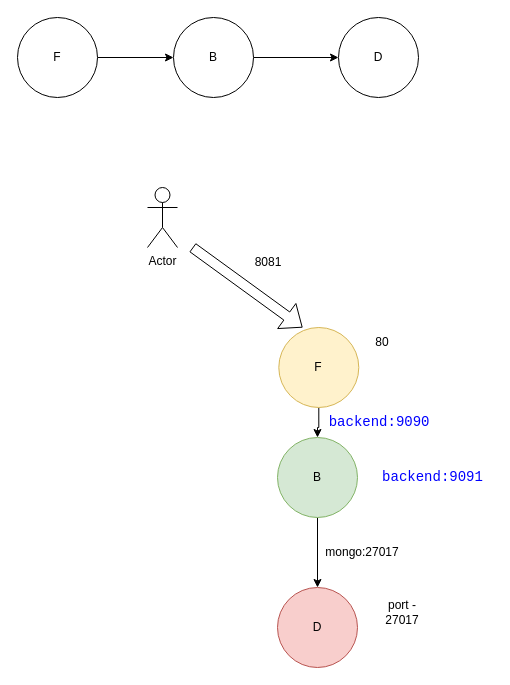
The draw.io diagram docker/nginx-flask-mongo-project/arch.drawio in ct-project-9/live-classes-9, before the edit. Source tidied: cells renumbered, new cells numbered last; positions are measured from the earlier drawing's top-left corner, leaving out a move shared by most shapes. Both pictures are drawn from the tidied source at 100%, with x=0, y=0 at pixel (17, 17).
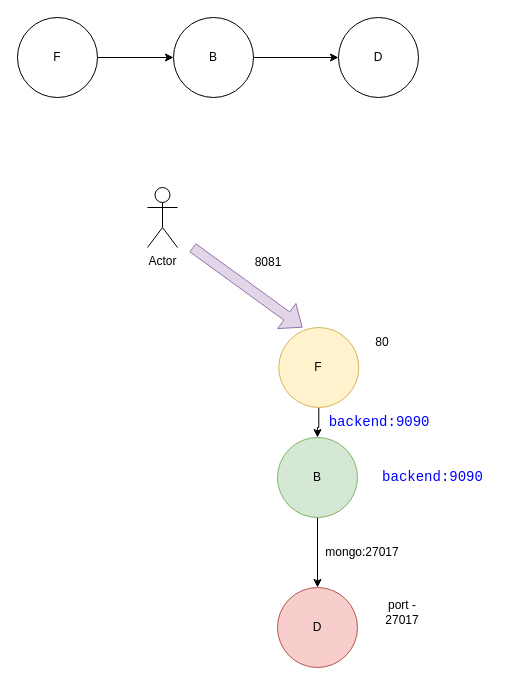
The same diagram, later.

The change refers to these unchanged cells:
```xml
<mxCell id="6" value="F" style="ellipse;whiteSpace=wrap;html=1;fillColor=#fff2cc;strokeColor=#d6b656;" parent="1" vertex="1">
  <mxGeometry x="261.3" y="310" width="80" height="80" as="geometry" />
</mxCell>
```

The edit, as a diff of the source:
```diff
@@
-    <mxCell id="9" value="&lt;div style=&quot;background-color: rgb(255, 255, 255); font-family: Consolas, &amp;quot;Courier New&amp;quot;, monospace; font-size: 14px; line-height: 19px; white-space-collapse: preserve;&quot;&gt;&lt;span style=&quot;color: rgb(0, 0, 255);&quot;&gt;backend:9091&lt;/span&gt;&lt;/div&gt;" style="text;html=1;align=center;verticalAlign=middle;strokeColor=none;fillColor=none;" parent="1" vertex="1">
+    <mxCell id="9" value="&lt;div style=&quot;background-color: rgb(255, 255, 255); font-family: Consolas, &amp;quot;Courier New&amp;quot;, monospace; font-size: 14px; line-height: 19px; white-space-collapse: preserve;&quot;&gt;&lt;span style=&quot;color: rgb(0, 0, 255);&quot;&gt;backend:9090&lt;/span&gt;&lt;/div&gt;" style="text;html=1;align=center;verticalAlign=middle;strokeColor=none;fillColor=none;" parent="1" vertex="1">
       <mxGeometry x="355" y="445" width="120" height="30" as="geometry" />
     </mxCell>
@@
-    <mxCell id="12" style="shape=flexArrow;endArrow=classic;html=1;rounded=0;entryX=0.297;entryY=0;entryDx=0;entryDy=0;entryPerimeter=0;" parent="1" edge="1" target="6">
+    <mxCell id="12" style="shape=flexArrow;endArrow=classic;html=1;rounded=0;entryX=0.297;entryY=0;entryDx=0;entryDy=0;entryPerimeter=0;fillColor=#e1d5e7;strokeColor=#9673a6;" parent="1" edge="1" target="6">
       <mxGeometry relative="1" as="geometry">
         <mxPoint x="175" y="230" as="sourcePoint" />
       </mxGeometry>
     </mxCell>
```
